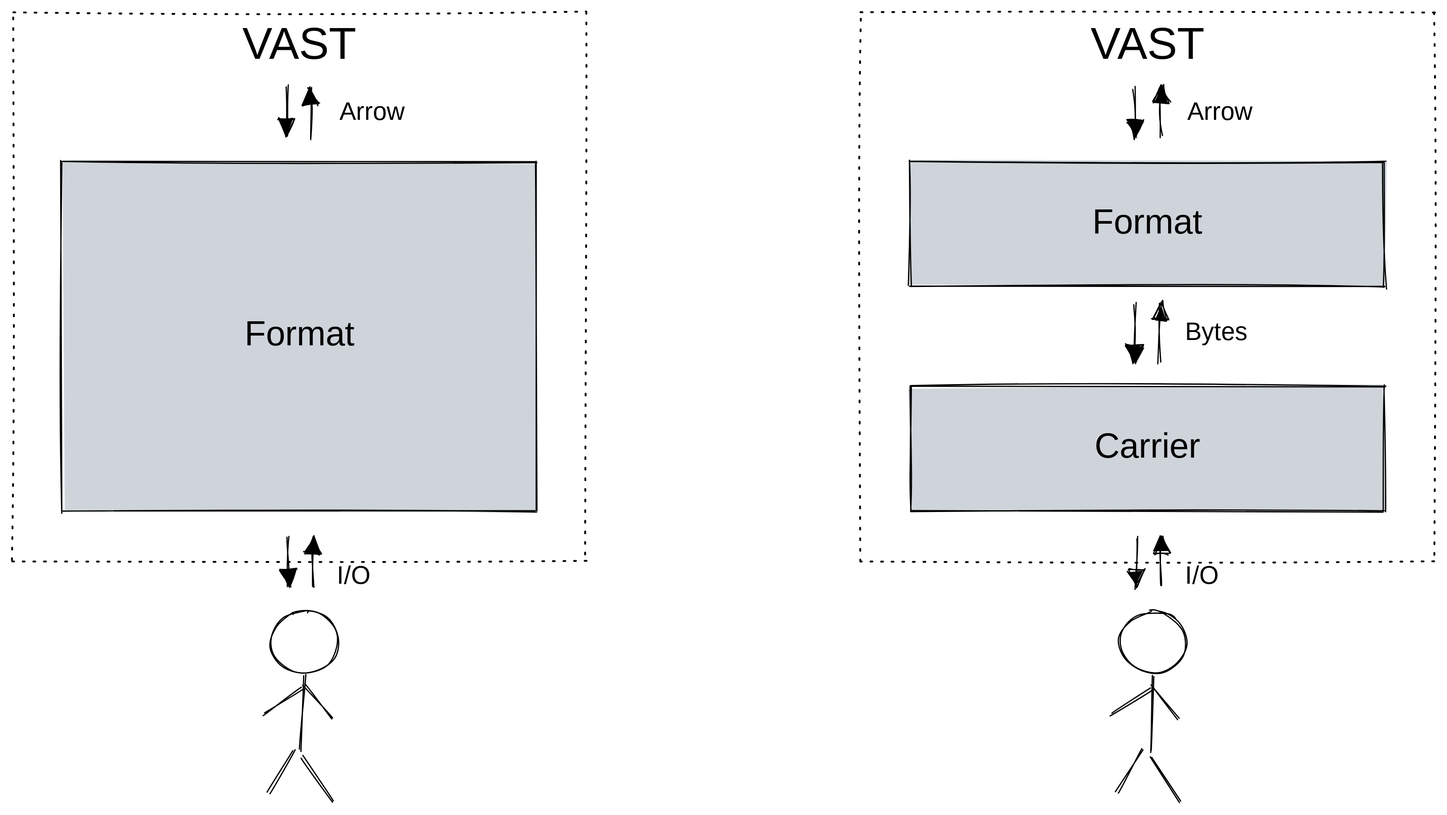
Earlier version of the Excalidraw export web/docs/understand/formats/format.excalidraw.svg (tenzir/tenzir). Source tidied: one line per element, renumbered; positions are measured from the earlier drawing's top-left corner, leaving out a move shared by most shapes. Source of this version:
```json
{"id": 0, "type": "rectangle", "strokeColor": "#000000", "strokeWidth": 1, "strokeStyle": "dotted", "roughness": 1, "x": 0, "y": 0, "width": 460, "height": 440}
{"id": 1, "type": "text", "text": "VAST", "strokeColor": "#000000", "strokeWidth": 1, "strokeStyle": "dotted", "roughness": 1, "fontSize": 36, "fontFamily": 1, "textAlign": "center", "inside": 0, "x": 182, "y": 5, "width": 95, "height": 46}
{"id": 2, "type": "rectangle", "strokeColor": "#000000", "strokeWidth": 1, "strokeStyle": "dotted", "roughness": 1, "x": 680, "y": 0, "width": 460, "height": 440}
{"id": 3, "type": "text", "text": "VAST", "strokeColor": "#000000", "strokeWidth": 1, "strokeStyle": "dotted", "roughness": 1, "fontSize": 36, "fontFamily": 1, "textAlign": "center", "inside": 2, "x": 862, "y": 5, "width": 95, "height": 46}
{"id": 4, "type": "arrow", "strokeColor": "#000000", "strokeWidth": 1, "roughness": 1, "endArrowhead": "triangle", "from": 19, "to": 2, "x": 902, "y": 421, "width": 0, "height": 40, "points": [[0, 0], [0, 40]]}
{"id": 5, "type": "arrow", "strokeColor": "#000000", "strokeWidth": 1, "roughness": 1, "startArrowhead": "triangle", "from": 19, "to": 2, "x": 920, "y": 420, "width": 0, "height": 40, "points": [[0, 0], [0, 40]]}
{"id": 6, "type": "arrow", "strokeColor": "#000000", "strokeWidth": 1, "roughness": 1, "endArrowhead": "triangle", "from": 21, "to": 19, "x": 900, "y": 233, "width": 0, "height": 47, "points": [[0, 0], [0, 47]]}
{"id": 7, "type": "arrow", "strokeColor": "#000000", "strokeWidth": 1, "roughness": 1, "startArrowhead": "triangle", "from": 21, "to": 19, "x": 920, "y": 233, "width": 0, "height": 47, "points": [[0, 0], [0, 47]]}
{"id": 8, "type": "text", "text": "I/O", "strokeColor": "#000000", "strokeWidth": 1, "roughness": 1, "fontSize": 20, "fontFamily": 1, "x": 940, "y": 440, "width": 37, "height": 25}
{"id": 9, "type": "text", "text": "Bytes", "strokeColor": "#000000", "strokeWidth": 1, "roughness": 1, "fontSize": 20, "fontFamily": 1, "x": 940, "y": 244, "width": 59, "height": 25}
{"id": 10, "type": "ellipse", "strokeColor": "#000000", "strokeWidth": 1, "roughness": 1, "x": 887, "y": 480, "width": 54, "height": 50}
{"id": 11, "type": "line", "strokeColor": "#000000", "backgroundColor": "#ced4da", "fillStyle": "solid", "strokeWidth": 1, "roughness": 1, "round": true, "x": 914, "y": 532, "width": 3, "height": 60, "points": [[0, 0], [-3, 60]]}
{"id": 12, "type": "line", "strokeColor": "#000000", "backgroundColor": "#ced4da", "fillStyle": "solid", "strokeWidth": 1, "roughness": 1, "round": true, "x": 913, "y": 596, "width": 24, "height": 37, "points": [[0, 0], [24, 37]]}
{"id": 13, "type": "line", "strokeColor": "#000000", "backgroundColor": "#ced4da", "fillStyle": "solid", "strokeWidth": 1, "roughness": 1, "round": true, "x": 905, "y": 591, "width": 20, "height": 34, "points": [[0, 0], [-20, 34]]}
{"id": 14, "type": "line", "strokeColor": "#000000", "backgroundColor": "#ced4da", "fillStyle": "solid", "strokeWidth": 1, "roughness": 1, "round": true, "x": 882, "y": 562, "width": 31, "height": 20, "points": [[0, 0], [31, -20]]}
{"id": 15, "type": "line", "strokeColor": "#000000", "backgroundColor": "#ced4da", "fillStyle": "solid", "strokeWidth": 1, "roughness": 1, "round": true, "x": 913, "y": 540, "width": 23, "height": 27, "points": [[0, 0], [23, 27]]}
{"id": 16, "type": "arrow", "strokeColor": "#000000", "strokeWidth": 1, "roughness": 1, "endArrowhead": "triangle", "to": 21, "x": 900, "y": 60, "width": 0, "height": 40, "points": [[0, 0], [0, 40]]}
{"id": 17, "type": "arrow", "strokeColor": "#000000", "strokeWidth": 1, "roughness": 1, "startArrowhead": "triangle", "to": 21, "x": 920, "y": 60, "width": 0, "height": 40, "points": [[0, 0], [0, 40]]}
{"id": 18, "type": "text", "text": "Arrow", "strokeColor": "#000000", "strokeWidth": 1, "roughness": 1, "fontSize": 20, "fontFamily": 1, "x": 942, "y": 68, "width": 56, "height": 25}
{"id": 19, "type": "rectangle", "strokeColor": "#000000", "backgroundColor": "#ced4da", "fillStyle": "solid", "strokeWidth": 1, "roughness": 1, "x": 720, "y": 300, "width": 380, "height": 100}
{"id": 20, "type": "text", "text": "Carrier", "strokeColor": "#000000", "backgroundColor": "#ced4da", "fillStyle": "solid", "strokeWidth": 1, "roughness": 1, "fontSize": 28, "fontFamily": 1, "textAlign": "center", "verticalAlign": "middle", "inside": 19, "x": 862, "y": 332, "width": 96, "height": 36}
{"id": 21, "type": "rectangle", "strokeColor": "#000000", "backgroundColor": "#ced4da", "fillStyle": "solid", "strokeWidth": 1, "roughness": 1, "x": 720, "y": 120, "width": 380, "height": 100}
{"id": 22, "type": "text", "text": "Format", "strokeColor": "#000000", "backgroundColor": "#ced4da", "fillStyle": "solid", "strokeWidth": 1, "roughness": 1, "fontSize": 28, "fontFamily": 1, "textAlign": "center", "verticalAlign": "middle", "inside": 21, "x": 861, "y": 152, "width": 98, "height": 36}
{"id": 23, "type": "rectangle", "strokeColor": "#000000", "backgroundColor": "#ced4da", "fillStyle": "solid", "strokeWidth": 1, "roughness": 1, "x": 40, "y": 120, "width": 380, "height": 280}
{"id": 24, "type": "text", "text": "Format", "strokeColor": "#000000", "backgroundColor": "#ced4da", "fillStyle": "solid", "strokeWidth": 1, "roughness": 1, "fontSize": 28, "fontFamily": 1, "textAlign": "center", "verticalAlign": "middle", "inside": 23, "x": 181, "y": 242, "width": 98, "height": 36}
{"id": 25, "type": "arrow", "strokeColor": "#000000", "strokeWidth": 1, "roughness": 1, "endArrowhead": "triangle", "from": 23, "to": 0, "x": 220, "y": 420, "width": 2, "height": 40, "points": [[0, 0], [2, 40]]}
{"id": 26, "type": "text", "text": "I/O", "strokeColor": "#000000", "strokeWidth": 1, "roughness": 1, "fontSize": 20, "fontFamily": 1, "x": 260, "y": 440, "width": 37, "height": 25}
{"id": 27, "type": "ellipse", "strokeColor": "#000000", "strokeWidth": 1, "roughness": 1, "x": 207, "y": 480, "width": 54, "height": 50}
{"id": 28, "type": "line", "strokeColor": "#000000", "backgroundColor": "#ced4da", "fillStyle": "solid", "strokeWidth": 1, "roughness": 1, "round": true, "x": 234, "y": 532, "width": 3, "height": 60, "points": [[0, 0], [-3, 60]]}
{"id": 29, "type": "line", "strokeColor": "#000000", "backgroundColor": "#ced4da", "fillStyle": "solid", "strokeWidth": 1, "roughness": 1, "round": true, "x": 233, "y": 596, "width": 24, "height": 37, "points": [[0, 0], [24, 37]]}
{"id": 30, "type": "line", "strokeColor": "#000000", "backgroundColor": "#ced4da", "fillStyle": "solid", "strokeWidth": 1, "roughness": 1, "round": true, "x": 225, "y": 591, "width": 20, "height": 34, "points": [[0, 0], [-20, 34]]}
{"id": 31, "type": "line", "strokeColor": "#000000", "backgroundColor": "#ced4da", "fillStyle": "solid", "strokeWidth": 1, "roughness": 1, "round": true, "x": 202, "y": 562, "width": 31, "height": 20, "points": [[0, 0], [31, -20]]}
{"id": 32, "type": "line", "strokeColor": "#000000", "backgroundColor": "#ced4da", "fillStyle": "solid", "strokeWidth": 1, "roughness": 1, "round": true, "x": 233, "y": 540, "width": 23, "height": 27, "points": [[0, 0], [23, 27]]}
{"id": 33, "type": "arrow", "strokeColor": "#000000", "strokeWidth": 1, "roughness": 1, "endArrowhead": "triangle", "to": 23, "x": 220, "y": 60, "width": 0, "height": 40, "points": [[0, 0], [0, 40]]}
{"id": 34, "type": "arrow", "strokeColor": "#000000", "strokeWidth": 1, "roughness": 1, "startArrowhead": "triangle", "to": 23, "x": 240, "y": 60, "width": 0, "height": 40, "points": [[0, 0], [0, 40]]}
{"id": 35, "type": "text", "text": "Arrow", "strokeColor": "#000000", "strokeWidth": 1, "roughness": 1, "fontSize": 20, "fontFamily": 1, "x": 262, "y": 68, "width": 56, "height": 25}
{"id": 36, "type": "arrow", "strokeColor": "#000000", "strokeWidth": 1, "roughness": 1, "startArrowhead": "triangle", "from": 23, "to": 0, "x": 241, "y": 421, "width": 0, "height": 40, "points": [[0, 0], [0, 40]]}
```
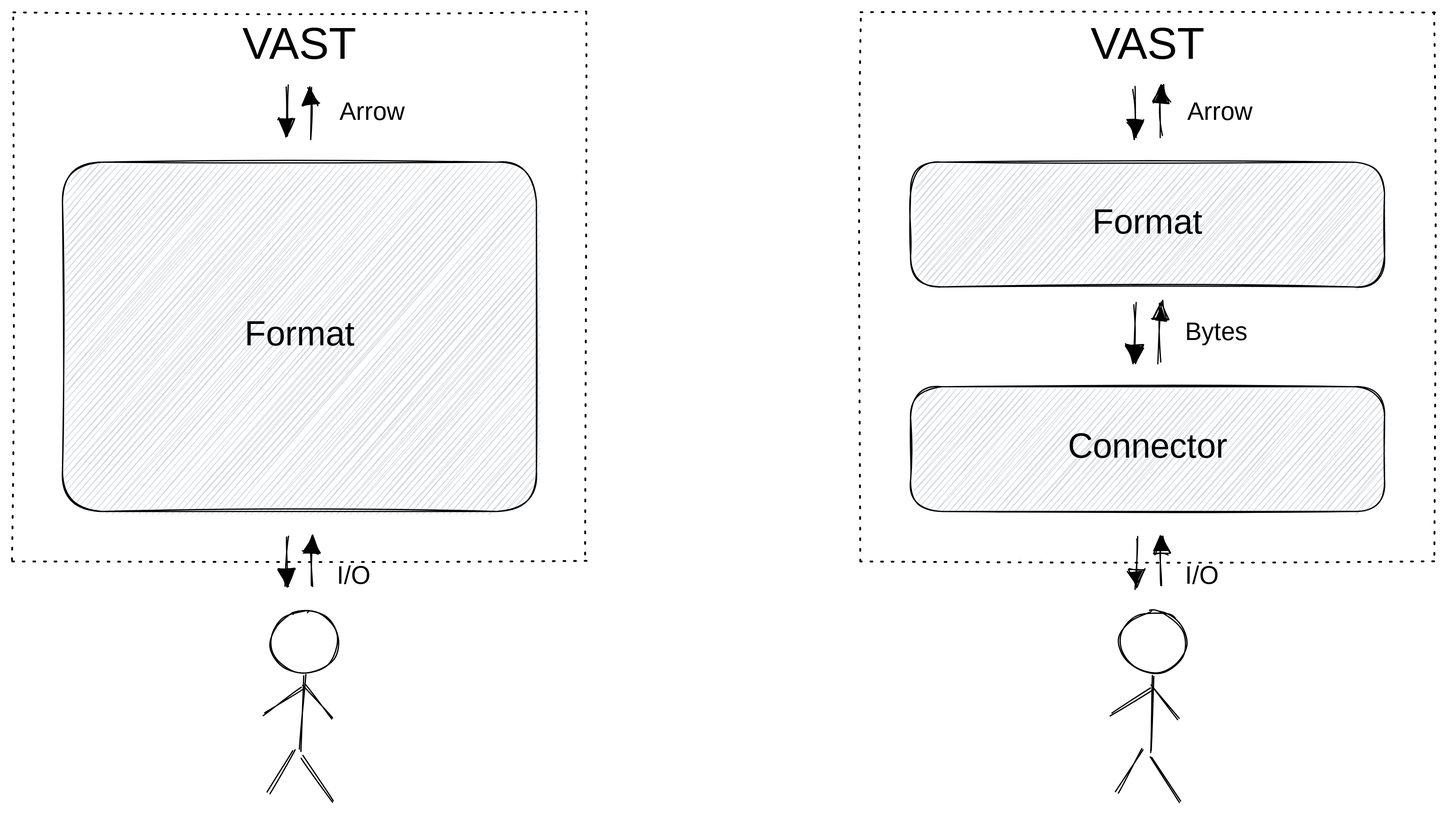
Above is the later version.

Commit message:
Rename carrier to connector

Diff of the diagram source:
```diff
@@ -17,13 +17,13 @@
 {"id": 16, "type": "arrow", "strokeColor": "#000000", "strokeWidth": 1, "roughness": 1, "endArrowhead": "triangle", "to": 21, "x": 900, "y": 60, "width": 0, "height": 40, "points": [[0, 0], [0, 40]]}
 {"id": 17, "type": "arrow", "strokeColor": "#000000", "strokeWidth": 1, "roughness": 1, "startArrowhead": "triangle", "to": 21, "x": 920, "y": 60, "width": 0, "height": 40, "points": [[0, 0], [0, 40]]}
 {"id": 18, "type": "text", "text": "Arrow", "strokeColor": "#000000", "strokeWidth": 1, "roughness": 1, "fontSize": 20, "fontFamily": 1, "x": 942, "y": 68, "width": 56, "height": 25}
-{"id": 19, "type": "rectangle", "strokeColor": "#000000", "backgroundColor": "#ced4da", "fillStyle": "solid", "strokeWidth": 1, "roughness": 1, "x": 720, "y": 300, "width": 380, "height": 100}
+{"id": 19, "type": "rectangle", "strokeColor": "#000000", "backgroundColor": "#ced4da", "fillStyle": "hachure", "strokeWidth": 1, "roughness": 1, "round": true, "x": 720, "y": 300, "width": 380, "height": 100}
-{"id": 20, "type": "text", "text": "Carrier", "strokeColor": "#000000", "backgroundColor": "#ced4da", "fillStyle": "solid", "strokeWidth": 1, "roughness": 1, "fontSize": 28, "fontFamily": 1, "textAlign": "center", "verticalAlign": "middle", "inside": 19, "x": 862, "y": 332, "width": 96, "height": 36}
+{"id": 20, "type": "text", "text": "Connector", "strokeColor": "#000000", "backgroundColor": "#ced4da", "fillStyle": "solid", "strokeWidth": 1, "roughness": 1, "fontSize": 28, "fontFamily": 1, "textAlign": "center", "verticalAlign": "middle", "inside": 19, "x": 843, "y": 332, "width": 134, "height": 36}
-{"id": 21, "type": "rectangle", "strokeColor": "#000000", "backgroundColor": "#ced4da", "fillStyle": "solid", "strokeWidth": 1, "roughness": 1, "x": 720, "y": 120, "width": 380, "height": 100}
+{"id": 21, "type": "rectangle", "strokeColor": "#000000", "backgroundColor": "#ced4da", "fillStyle": "hachure", "strokeWidth": 1, "roughness": 1, "round": true, "x": 720, "y": 120, "width": 380, "height": 100}
-{"id": 22, "type": "text", "text": "Format", "strokeColor": "#000000", "backgroundColor": "#ced4da", "fillStyle": "solid", "strokeWidth": 1, "roughness": 1, "fontSize": 28, "fontFamily": 1, "textAlign": "center", "verticalAlign": "middle", "inside": 21, "x": 861, "y": 152, "width": 98, "height": 36}
+{"id": 22, "type": "text", "text": "Format", "strokeColor": "#000000", "backgroundColor": "#ced4da", "fillStyle": "hachure", "strokeWidth": 1, "roughness": 1, "fontSize": 28, "fontFamily": 1, "textAlign": "center", "verticalAlign": "middle", "round": true, "inside": 21, "x": 861, "y": 152, "width": 98, "height": 36}
-{"id": 23, "type": "rectangle", "strokeColor": "#000000", "backgroundColor": "#ced4da", "fillStyle": "solid", "strokeWidth": 1, "roughness": 1, "x": 40, "y": 120, "width": 380, "height": 280}
+{"id": 23, "type": "rectangle", "strokeColor": "#000000", "backgroundColor": "#ced4da", "fillStyle": "hachure", "strokeWidth": 1, "roughness": 1, "round": true, "x": 40, "y": 120, "width": 380, "height": 280}
-{"id": 24, "type": "text", "text": "Format", "strokeColor": "#000000", "backgroundColor": "#ced4da", "fillStyle": "solid", "strokeWidth": 1, "roughness": 1, "fontSize": 28, "fontFamily": 1, "textAlign": "center", "verticalAlign": "middle", "inside": 23, "x": 181, "y": 242, "width": 98, "height": 36}
+{"id": 24, "type": "text", "text": "Format", "strokeColor": "#000000", "backgroundColor": "#ced4da", "fillStyle": "hachure", "strokeWidth": 1, "roughness": 1, "fontSize": 28, "fontFamily": 1, "textAlign": "center", "verticalAlign": "middle", "round": true, "inside": 23, "x": 181, "y": 242, "width": 98, "height": 36}
-{"id": 25, "type": "arrow", "strokeColor": "#000000", "strokeWidth": 1, "roughness": 1, "endArrowhead": "triangle", "from": 23, "to": 0, "x": 220, "y": 420, "width": 2, "height": 40, "points": [[0, 0], [2, 40]]}
+{"id": 25, "type": "arrow", "strokeColor": "#000000", "strokeWidth": 1, "roughness": 1, "endArrowhead": "triangle", "from": 23, "x": 220, "y": 420, "width": 0, "height": 40, "points": [[0, 0], [0, 40]]}
 {"id": 26, "type": "text", "text": "I/O", "strokeColor": "#000000", "strokeWidth": 1, "roughness": 1, "fontSize": 20, "fontFamily": 1, "x": 260, "y": 440, "width": 37, "height": 25}
 {"id": 27, "type": "ellipse", "strokeColor": "#000000", "strokeWidth": 1, "roughness": 1, "x": 207, "y": 480, "width": 54, "height": 50}
 {"id": 28, "type": "line", "strokeColor": "#000000", "backgroundColor": "#ced4da", "fillStyle": "solid", "strokeWidth": 1, "roughness": 1, "round": true, "x": 234, "y": 532, "width": 3, "height": 60, "points": [[0, 0], [-3, 60]]}
@@ -34,4 +34,4 @@
 {"id": 33, "type": "arrow", "strokeColor": "#000000", "strokeWidth": 1, "roughness": 1, "endArrowhead": "triangle", "to": 23, "x": 220, "y": 60, "width": 0, "height": 40, "points": [[0, 0], [0, 40]]}
 {"id": 34, "type": "arrow", "strokeColor": "#000000", "strokeWidth": 1, "roughness": 1, "startArrowhead": "triangle", "to": 23, "x": 240, "y": 60, "width": 0, "height": 40, "points": [[0, 0], [0, 40]]}
 {"id": 35, "type": "text", "text": "Arrow", "strokeColor": "#000000", "strokeWidth": 1, "roughness": 1, "fontSize": 20, "fontFamily": 1, "x": 262, "y": 68, "width": 56, "height": 25}
-{"id": 36, "type": "arrow", "strokeColor": "#000000", "strokeWidth": 1, "roughness": 1, "startArrowhead": "triangle", "from": 23, "to": 0, "x": 241, "y": 421, "width": 0, "height": 40, "points": [[0, 0], [0, 40]]}
+{"id": 36, "type": "arrow", "strokeColor": "#000000", "strokeWidth": 1, "roughness": 1, "startArrowhead": "triangle", "from": 23, "to": 0, "x": 240, "y": 420, "width": 0, "height": 40, "points": [[0, 0], [0, 40]]}
```
